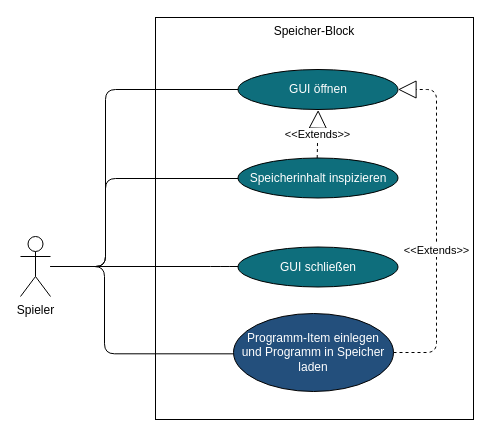
Above: Speicher-Blcok.drawio in LundiNord/RISCJ-Diagramms (draw.io), before the change. Source tidied: cells renumbered, new cells numbered last; positions are measured from the earlier drawing's top-left corner, leaving out a move shared by most shapes. Both pictures are drawn from the tidied source at 100%, with x=0, y=0 at pixel (20, 17).
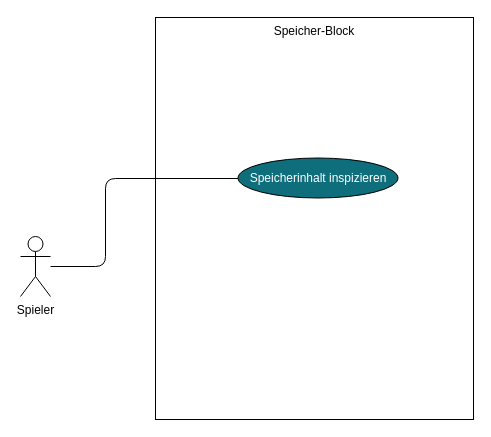
After the change.

The change refers to these unchanged cells:
```xml
<mxCell id="6" value="Spieler" style="shape=umlActor;verticalLabelPosition=bottom;labelBackgroundColor=#ffffff;verticalAlign=top;html=1;fillColor=none;" parent="1" vertex="1">
  <mxGeometry y="219" width="30" height="60" as="geometry" />
</mxCell>
<mxCell id="7" value="Speicherinhalt inspizieren" style="ellipse;whiteSpace=wrap;html=1;fillColor=#0e6e7c;fontColor=#FFFFFF;" parent="1" vertex="1">
  <mxGeometry x="217.5" y="140.5" width="160" height="40" as="geometry" />
</mxCell>
```

What changed in the source:
```diff
@@
-    <mxCell id="3" value="GUI öffnen" style="ellipse;whiteSpace=wrap;html=1;fillColor=#0e6e7c;fontColor=#FFFFFF;" parent="1" vertex="1">
-      <mxGeometry x="217.5" y="52" width="160" height="40" as="geometry" />
-    </mxCell>
-    <mxCell id="4" style="edgeStyle=orthogonalEdgeStyle;jettySize=auto;html=1;entryX=0;entryY=0.5;entryDx=0;entryDy=0;endArrow=none;endFill=0;rounded=1;" parent="1" edge="1" source="6" target="3">
-      <mxGeometry relative="1" as="geometry">
-        <Array as="points">
-          <mxPoint x="85" y="249" />
-          <mxPoint x="85" y="72" />
-        </Array>
-      </mxGeometry>
-    </mxCell>
-    <mxCell id="5" style="edgeStyle=orthogonalEdgeStyle;rounded=1;jettySize=auto;html=1;endArrow=none;endFill=0;entryX=0;entryY=0.517;entryDx=0;entryDy=0;entryPerimeter=0;" parent="1" edge="1" source="6" target="9">
-      <mxGeometry relative="1" as="geometry">
-        <Array as="points">
-          <mxPoint x="84" y="249" />
-          <mxPoint x="84" y="337" />
-        </Array>
-      </mxGeometry>
-    </mxCell>
@@
-    <mxCell id="8" value="GUI schließen" style="ellipse;whiteSpace=wrap;html=1;fillColor=#0e6e7c;fontColor=#FFFFFF;" parent="1" vertex="1">
-      <mxGeometry x="217.5" y="229.5" width="160" height="40" as="geometry" />
-    </mxCell>
-    <mxCell id="9" value="Programm-Item einlegen &lt;br&gt;und Programm in Speicher laden" style="ellipse;whiteSpace=wrap;html=1;fillColor=#234f7c;fontColor=#FFFFFF;" parent="1" vertex="1">
-      <mxGeometry x="213" y="296" width="160" height="78" as="geometry" />
-    </mxCell>
-    <mxCell id="10" value="&amp;lt;&amp;lt;Extends&lt;span style=&quot;color: rgb(0 , 0 , 0)&quot;&gt;&amp;gt;&amp;gt;&lt;/span&gt;" style="endArrow=block;endSize=16;endFill=0;html=1;dashed=1;exitX=0.495;exitY=0.001;exitDx=0;exitDy=0;exitPerimeter=0;entryX=0.501;entryY=1.013;entryDx=0;entryDy=0;entryPerimeter=0;" parent="1" edge="1" source="7" target="3">
-      <mxGeometry relative="1" as="geometry" />
-    </mxCell>
@@
-    <mxCell id="12" style="edgeStyle=orthogonalEdgeStyle;jettySize=auto;html=1;endArrow=none;endFill=0;rounded=1;" parent="1" edge="1" source="6" target="8">
-      <mxGeometry relative="1" as="geometry">
-        <Array as="points">
-          <mxPoint x="200" y="249" />
-          <mxPoint x="200" y="249" />
-        </Array>
-      </mxGeometry>
-    </mxCell>
-    <mxCell id="13" value="&amp;lt;&amp;lt;Extends&lt;span style=&quot;color: rgb(0 , 0 , 0)&quot;&gt;&amp;gt;&amp;gt;&lt;/span&gt;" style="endArrow=block;endSize=16;endFill=0;html=1;dashed=1;edgeStyle=elbowEdgeStyle;" parent="1" edge="1" source="9" target="3">
-      <mxGeometry x="-0.16" relative="1" as="geometry">
-        <Array as="points">
-          <mxPoint x="416" y="186" />
-        </Array>
-      </mxGeometry>
-    </mxCell>
```
